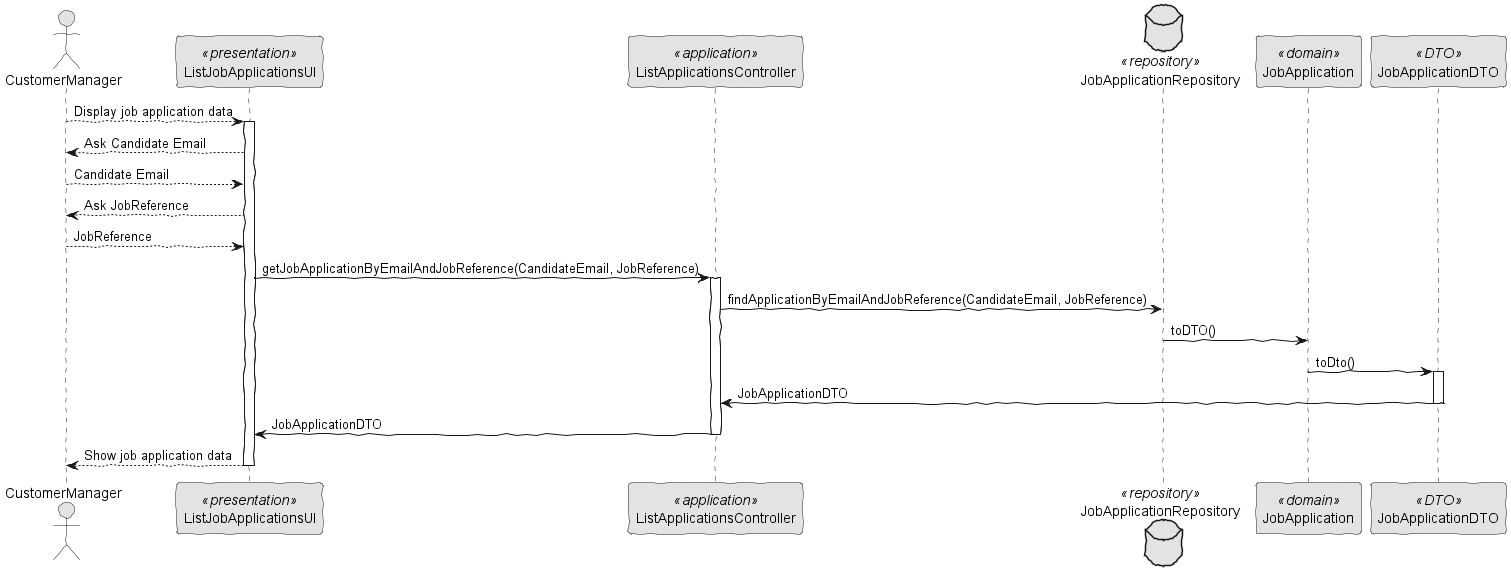
This is docs/US_Sprint_C/US1021/US1021.png from JoelBrunoFerreira/isep-lapr4, a PlantUML export, as it was before one commit. Source of this version:
```plantuml
@startuml
skinparam handwritten true
skinparam monochrome true
skinparam packageStyle rect
skinparam defaultFontName FG Virgil
skinparam shadowing false

actor CustomerManager as Actor
participant ListJobApplicationsUI as UI <<presentation>>
participant ListApplicationsController as Controller <<application>>
database JobApplicationRepository as Repository <<repository>>
participant JobApplication as Domain <<domain>>
participant JobApplicationDTO as DTO <<DTO>>

Actor --> UI: Display job application data
activate UI
    UI --> Actor: Ask Candidate Email
    Actor --> UI: Candidate Email

    UI --> Actor: Ask JobReference
        Actor --> UI: JobReference

    UI -> Controller: getJobApplicationByEmailAndJobReference(CandidateEmail, JobReference)

    activate Controller
        Controller -> Repository: findApplicationByEmailAndJobReference(CandidateEmail, JobReference)


            Repository -> Domain: toDTO()

            Domain -> DTO: toDto()
            activate DTO
            DTO -> Controller: JobApplicationDTO
            deactivate DTO


        Controller -> UI: JobApplicationDTO
    deactivate Controller


    UI --> Actor: Show job application data

deactivate UI
@enduml
```
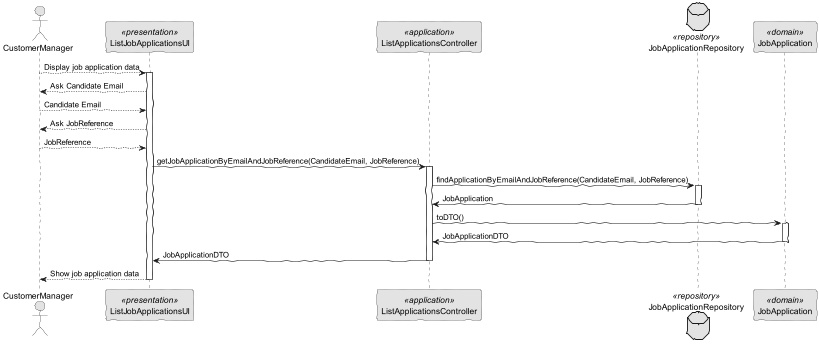
The same file after the commit.

Diff of the diagram source:
```diff
@@ -10,7 +10,6 @@
 participant ListApplicationsController as Controller <<application>>
 database JobApplicationRepository as Repository <<repository>>
 participant JobApplication as Domain <<domain>>
-participant JobApplicationDTO as DTO <<DTO>>
 
 Actor --> UI: Display job application data
 activate UI
@@ -24,14 +23,15 @@
 
     activate Controller
         Controller -> Repository: findApplicationByEmailAndJobReference(CandidateEmail, JobReference)
+            activate Repository
+            Repository -> Controller: JobApplication
+            deactivate Repository
 
+            Controller -> Domain: toDTO()
+            activate Domain
 
-            Repository -> Domain: toDTO()
-
-            Domain -> DTO: toDto()
-            activate DTO
-            DTO -> Controller: JobApplicationDTO
-            deactivate DTO
+            Domain -> Controller: JobApplicationDTO
+            deactivate Domain
 
 
         Controller -> UI: JobApplicationDTO
```
